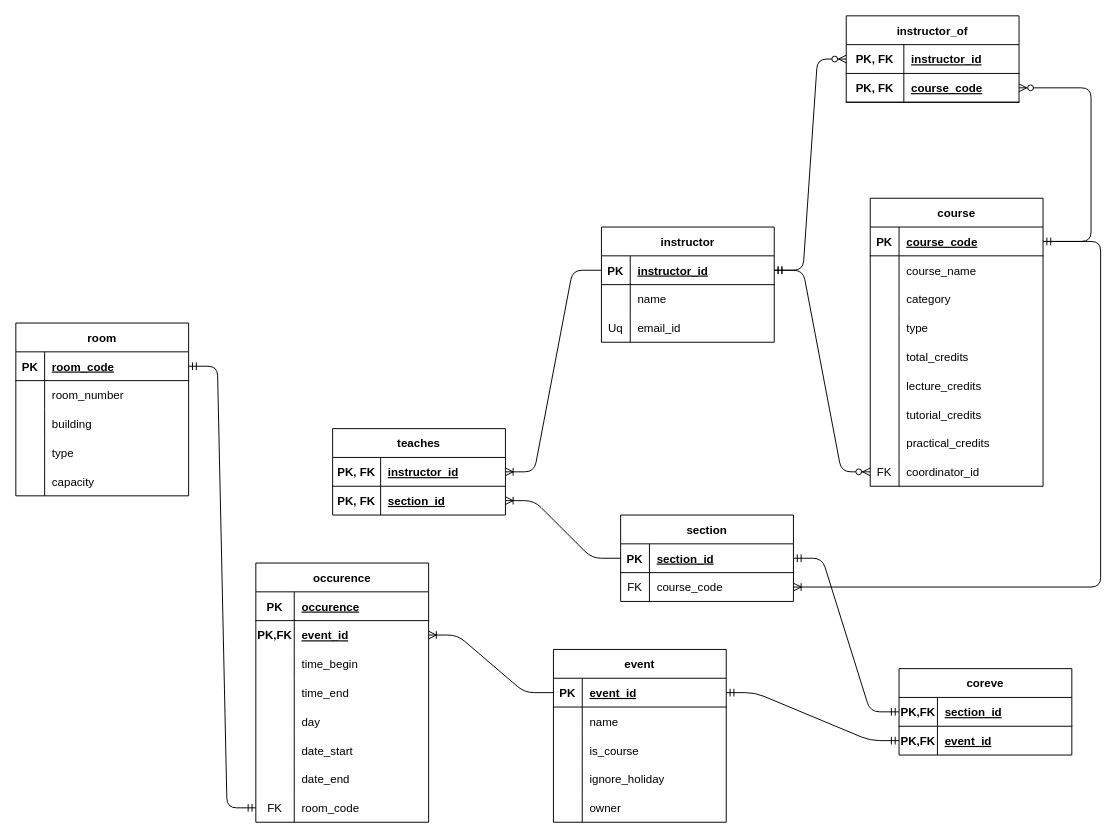
Earlier version of the draw.io diagram DB/Schema.drawio (TejaswiBishnoi/TimeTableApp). Source tidied: cells renumbered, new cells numbered last; positions are measured from the earlier drawing's top-left corner, leaving out a move shared by most shapes. Both pictures are drawn from the tidied source at 96%, with x=0, y=0 at pixel (15, 15).
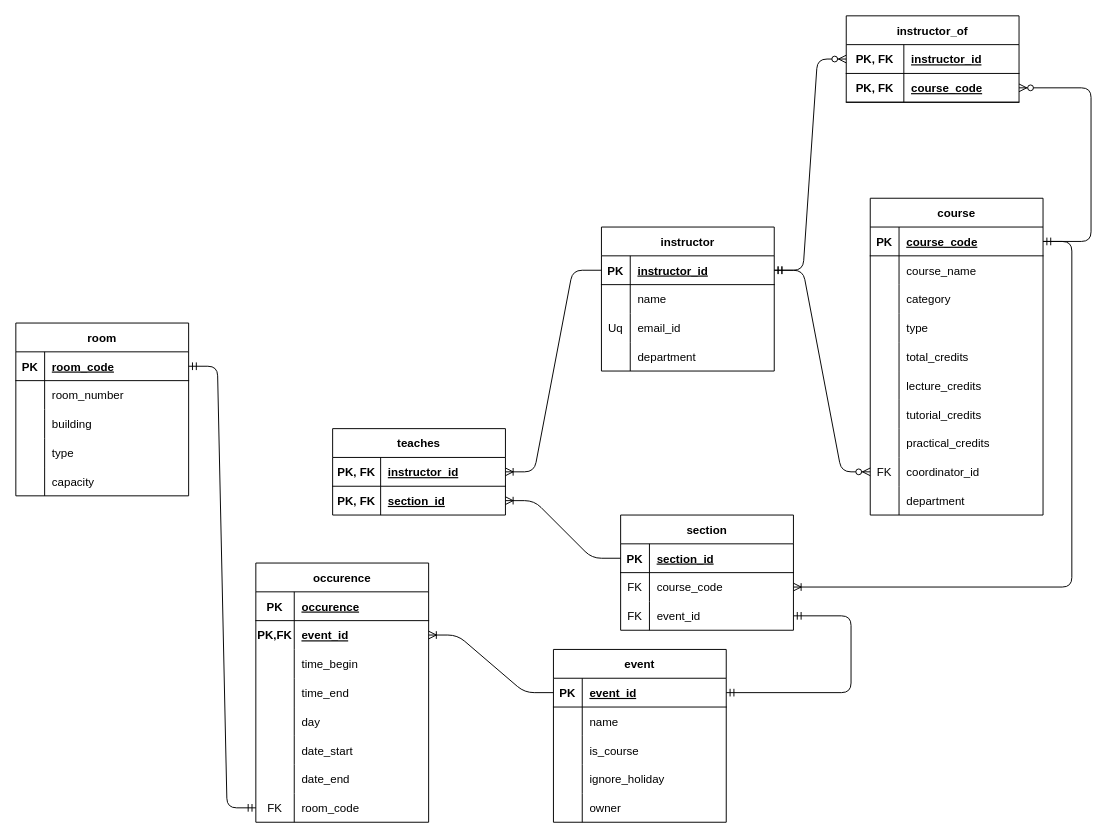
The same diagram, later.

Commit message (it also covers changes not shown here):
Schema Design

The change refers to these unchanged cells:
```xml
<mxCell id="13" style="shape=tableRow;horizontal=0;startSize=0;swimlaneHead=0;swimlaneBody=0;fillColor=none;points=[[0,0.5],[1,0.5]];portConstraint=eastwest;top=0;left=0;right=0;bottom=1;" parent="12" vertex="1">
  <mxGeometry y="30" width="180" height="30" as="geometry" />
</mxCell>
<mxCell id="51" style="shape=tableRow;horizontal=0;startSize=0;swimlaneHead=0;swimlaneBody=0;fillColor=none;points=[[0,0.5],[1,0.5]];portConstraint=eastwest;top=0;left=0;right=0;bottom=1;" parent="50" vertex="1">
  <mxGeometry y="30" width="180" height="30" as="geometry" />
</mxCell>
<mxCell id="54" style="shape=tableRow;horizontal=0;startSize=0;swimlaneHead=0;swimlaneBody=0;fillColor=none;points=[[0,0.5],[1,0.5]];portConstraint=eastwest;top=0;left=0;right=0;bottom=0;" parent="50" vertex="1">
  <mxGeometry y="60" width="180" height="30" as="geometry" />
</mxCell>
<mxCell id="84" style="shape=tableRow;horizontal=0;startSize=0;swimlaneHead=0;swimlaneBody=0;fillColor=none;points=[[0,0.5],[1,0.5]];portConstraint=eastwest;top=0;left=0;right=0;bottom=1;" parent="83" vertex="1">
  <mxGeometry y="30" width="180" height="30" as="geometry" />
</mxCell>
```

The edit, as a diff of the source:
```diff
@@
     <mxCell id="2" value="instructor" style="shape=table;startSize=30;childLayout=tableLayout;rowLines=0;fontStyle=1;align=center;" parent="1" vertex="1">
-      <mxGeometry x="610" y="220" width="180" height="120" as="geometry" />
+      <mxGeometry x="610" y="220" width="180" height="150" as="geometry" />
     </mxCell>
@@
+    <mxCell id="135" style="shape=tableRow;horizontal=0;startSize=0;swimlaneHead=0;swimlaneBody=0;fillColor=none;top=0;left=0;right=0;bottom=0;" parent="2" vertex="1">
+      <mxGeometry y="120" width="180" height="30" as="geometry" />
+    </mxCell>
+    <mxCell id="136" style="shape=partialRectangle;fillColor=none;top=0;left=0;bottom=0;right=0;overflow=hidden;" parent="135" vertex="1">
+      <mxGeometry width="30" height="30" as="geometry" />
+    </mxCell>
+    <mxCell id="137" value="department" style="shape=partialRectangle;fillColor=none;top=0;left=0;bottom=0;right=0;align=left;spacingLeft=6;overflow=hidden;" parent="135" vertex="1">
+      <mxGeometry x="30" width="150" height="30" as="geometry" />
+    </mxCell>
     <mxCell id="12" value="course" style="shape=table;startSize=30;childLayout=tableLayout;rowLines=0;fontStyle=1;align=center;" parent="1" vertex="1">
-      <mxGeometry x="890" y="190" width="180" height="300" as="geometry" />
+      <mxGeometry x="890" y="190" width="180" height="330" as="geometry" />
     </mxCell>
@@
+    <mxCell id="138" style="shape=tableRow;horizontal=0;startSize=0;swimlaneHead=0;swimlaneBody=0;fillColor=none;top=0;left=0;right=0;bottom=0;" parent="12" vertex="1">
+      <mxGeometry y="300" width="180" height="30" as="geometry" />
+    </mxCell>
+    <mxCell id="139" style="shape=partialRectangle;fillColor=none;top=0;left=0;bottom=0;right=0;overflow=hidden;" parent="138" vertex="1">
+      <mxGeometry width="30" height="30" as="geometry" />
+    </mxCell>
+    <mxCell id="140" value="department" style="shape=partialRectangle;fillColor=none;top=0;left=0;bottom=0;right=0;align=left;spacingLeft=6;overflow=hidden;" parent="138" vertex="1">
+      <mxGeometry x="30" width="150" height="30" as="geometry" />
+    </mxCell>
@@
     <mxCell id="50" value="section" style="shape=table;startSize=30;childLayout=tableLayout;rowLines=0;fontStyle=1;align=center;" parent="1" vertex="1">
-      <mxGeometry x="630" y="520" width="180" height="90" as="geometry" />
+      <mxGeometry x="630" y="520" width="180" height="120" as="geometry" />
     </mxCell>
@@
+    <mxCell id="141" style="shape=tableRow;horizontal=0;startSize=0;swimlaneHead=0;swimlaneBody=0;fillColor=none;points=[[0,0.5],[1,0.5]];portConstraint=eastwest;top=0;left=0;right=0;bottom=0;" parent="50" vertex="1">
+      <mxGeometry y="90" width="180" height="30" as="geometry" />
+    </mxCell>
+    <mxCell id="142" value="FK" style="shape=partialRectangle;fillColor=none;top=0;left=0;bottom=0;right=0;fontStyle=0;overflow=hidden;" parent="141" vertex="1">
+      <mxGeometry width="30" height="30" as="geometry" />
+    </mxCell>
+    <mxCell id="132" value="event_id" style="shape=partialRectangle;fillColor=none;top=0;left=0;bottom=0;right=0;align=left;spacingLeft=6;fontStyle=0;overflow=hidden;" parent="141" vertex="1">
+      <mxGeometry x="30" width="150" height="30" as="geometry" />
+    </mxCell>
     <mxCell id="57" style="edgeStyle=orthogonalEdgeStyle;fontSize=12;html=1;endArrow=ERoneToMany;rounded=1;exitX=1;exitY=0.5;exitDx=0;exitDy=0;entryX=1;entryY=0.5;entryDx=0;entryDy=0;" parent="1" edge="1" source="13" target="54">
       <mxGeometry relative="1" as="geometry">
         <Array as="points">
-          <mxPoint x="1130" y="235" />
-          <mxPoint x="1130" y="595" />
+          <mxPoint x="1100" y="235" />
+          <mxPoint x="1100" y="595" />
         </Array>
       </mxGeometry>
     </mxCell>
@@
-    <mxCell id="126" value="coreve" style="shape=table;startSize=30;childLayout=tableLayout;rowLines=0;fontStyle=1;align=center;" parent="1" vertex="1">
-      <mxGeometry x="920" y="680" width="180" height="90" as="geometry" />
-    </mxCell>
-    <mxCell id="127" style="shape=tableRow;horizontal=0;startSize=0;swimlaneHead=0;swimlaneBody=0;fillColor=none;points=[[0,0.5],[1,0.5]];portConstraint=eastwest;top=0;left=0;right=0;bottom=1;" parent="126" vertex="1">
-      <mxGeometry y="30" width="180" height="30" as="geometry" />
-    </mxCell>
-    <mxCell id="128" value="PK,FK" style="shape=partialRectangle;fillColor=none;top=0;left=0;bottom=0;right=0;fontStyle=1;overflow=hidden;" parent="127" vertex="1">
-      <mxGeometry width="40" height="30" as="geometry" />
-    </mxCell>
-    <mxCell id="129" value="section_id" style="shape=partialRectangle;fillColor=none;top=0;left=0;bottom=0;right=0;align=left;spacingLeft=6;fontStyle=5;overflow=hidden;" parent="127" vertex="1">
-      <mxGeometry x="40" width="140" height="30" as="geometry" />
-    </mxCell>
-    <mxCell id="130" style="shape=tableRow;horizontal=0;startSize=0;swimlaneHead=0;swimlaneBody=0;fillColor=none;points=[[0,0.5],[1,0.5]];portConstraint=eastwest;top=0;left=0;right=0;bottom=0;" parent="126" vertex="1">
-      <mxGeometry y="60" width="180" height="30" as="geometry" />
-    </mxCell>
-    <mxCell id="131" value="PK,FK" style="shape=partialRectangle;fillColor=none;top=0;left=0;bottom=0;right=0;overflow=hidden;fontStyle=1;" parent="130" vertex="1">
-      <mxGeometry width="40" height="30" as="geometry" />
-    </mxCell>
-    <mxCell id="132" value="event_id" style="shape=partialRectangle;fillColor=none;top=0;left=0;bottom=0;right=0;align=left;spacingLeft=6;overflow=hidden;fontStyle=5;" parent="130" vertex="1">
-      <mxGeometry x="40" width="140" height="30" as="geometry" />
-    </mxCell>
-    <mxCell id="133" style="edgeStyle=entityRelationEdgeStyle;fontSize=12;html=1;endArrow=ERmandOne;startArrow=ERmandOne;rounded=1;exitX=1;exitY=0.5;exitDx=0;exitDy=0;entryX=0;entryY=0.5;entryDx=0;entryDy=0;" parent="1" edge="1" source="51" target="127">
-      <mxGeometry relative="1" as="geometry" />
-    </mxCell>
-    <mxCell id="134" style="edgeStyle=entityRelationEdgeStyle;fontSize=12;html=1;endArrow=ERmandOne;startArrow=ERmandOne;rounded=1;entryX=0;entryY=0.5;entryDx=0;entryDy=0;exitX=1;exitY=0.5;exitDx=0;exitDy=0;" parent="1" edge="1" source="84" target="130">
-      <mxGeometry relative="1" as="geometry" />
+    <mxCell id="134" style="edgeStyle=orthogonalEdgeStyle;fontSize=12;html=1;endArrow=ERmandOne;startArrow=ERmandOne;rounded=1;entryX=1;entryY=0.5;entryDx=0;entryDy=0;exitX=1;exitY=0.5;exitDx=0;exitDy=0;" parent="1" edge="1" source="84" target="141">
+      <mxGeometry relative="1" as="geometry">
+        <Array as="points">
+          <mxPoint x="870" y="705" />
+          <mxPoint x="870" y="625" />
+        </Array>
+      </mxGeometry>
     </mxCell>
```
